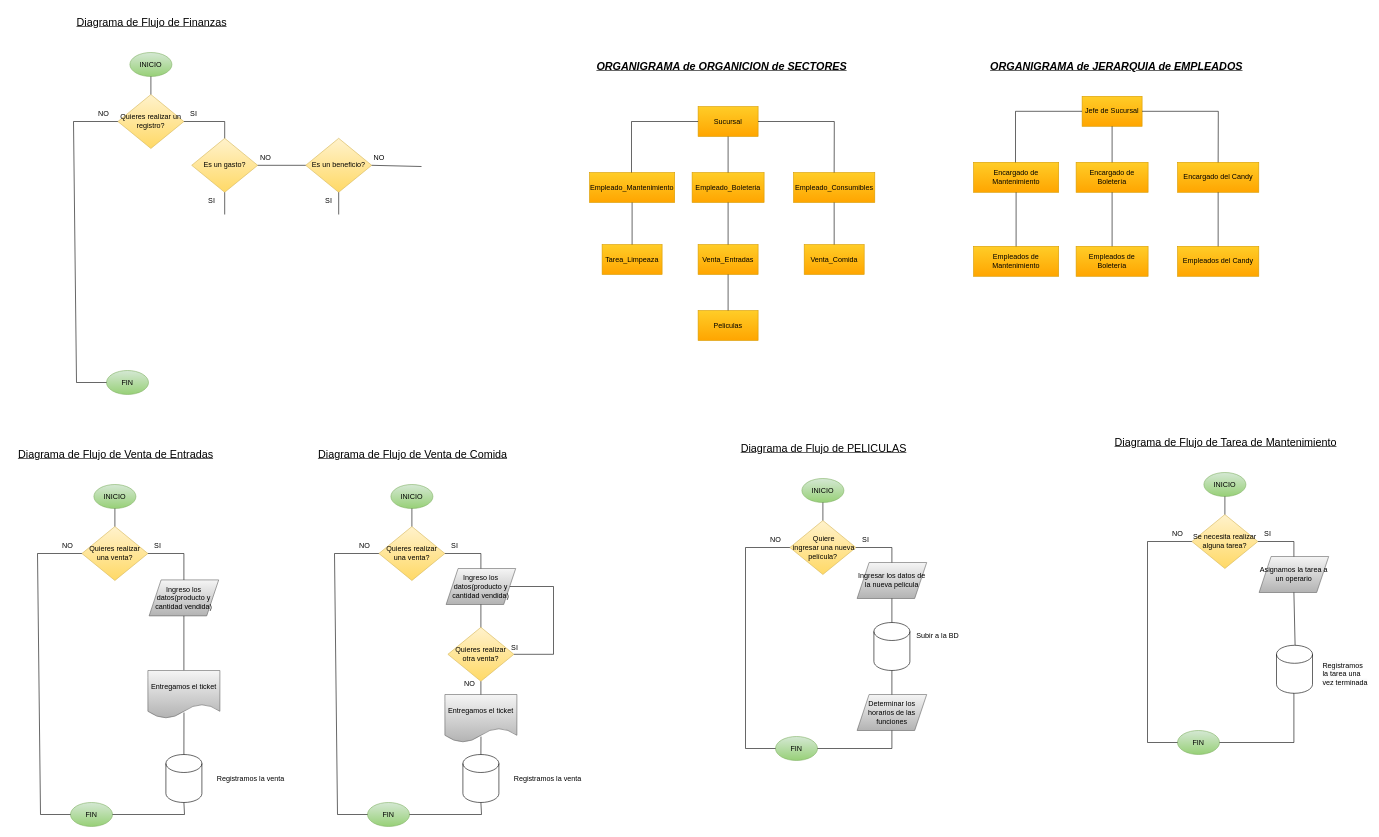
Above: ORGANIGRAMA.drawio in NahuelLV/Base-de-Datos (draw.io), before the change. Source tidied: cells renumbered, new cells numbered last; positions are measured from the earlier drawing's top-left corner, leaving out a move shared by most shapes. Both pictures are drawn from the tidied source at 60%, with x=0, y=0 at pixel (10, 10).
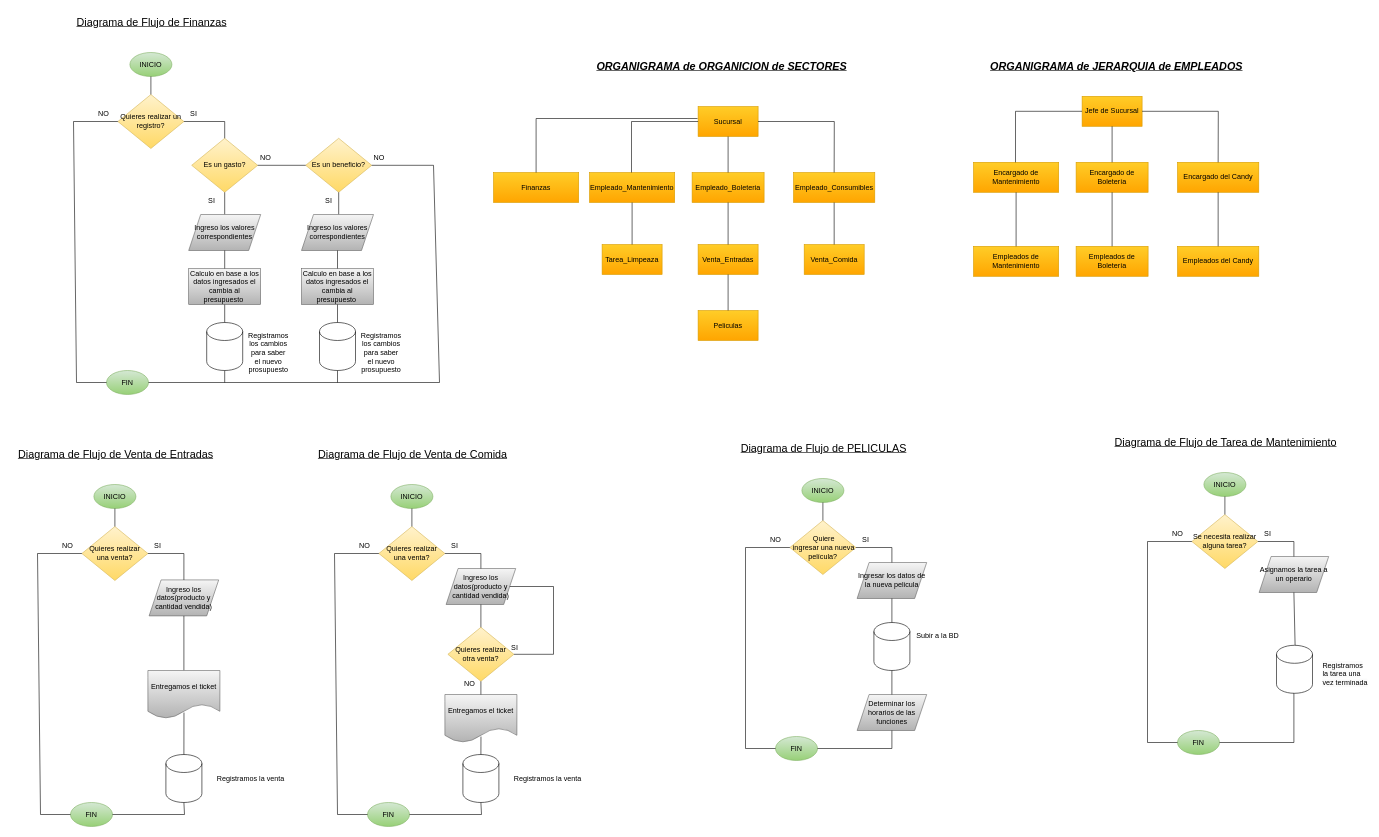
After the change.

The change refers to these unchanged cells:
```xml
<mxCell id="103" value="FIN" style="ellipse;whiteSpace=wrap;html=1;fillColor=#d5e8d4;gradientColor=#97d077;strokeColor=#82b366;" parent="1" vertex="1">
  <mxGeometry x="160" y="600" width="70" height="40" as="geometry" />
</mxCell>
<mxCell id="112" value="Es un beneficio?" style="rhombus;whiteSpace=wrap;html=1;fillColor=#fff2cc;gradientColor=#ffd966;strokeColor=#d6b656;" parent="1" vertex="1">
  <mxGeometry x="492" y="213" width="110" height="90" as="geometry" />
</mxCell>
```

Diff of the diagram source:
```diff
@@
-    <mxCell id="115" style="endArrow=none;html=1;rounded=0;entryX=1;entryY=0.5;entryDx=0;entryDy=0;" parent="1" edge="1" target="112">
+    <mxCell id="115" style="endArrow=none;html=1;rounded=0;entryX=1;entryY=0.5;entryDx=0;entryDy=0;exitX=1;exitY=0.5;exitDx=0;exitDy=0;" parent="1" edge="1" source="103" target="112">
       <mxGeometry relative="1" as="geometry">
-        <mxPoint x="685" y="260" as="sourcePoint" />
+        <Array as="points">
+          <mxPoint x="715" y="620" />
+          <mxPoint x="705" y="258" />
+        </Array>
       </mxGeometry>
     </mxCell>
@@
+    <mxCell id="118" value="Ingreso los valores correspondientes" style="shape=parallelogram;perimeter=parallelogramPerimeter;whiteSpace=wrap;html=1;fixedSize=1;fillColor=#f5f5f5;gradientColor=#b3b3b3;strokeColor=#666666;" parent="1" vertex="1">
+      <mxGeometry x="297" y="340" width="120" height="60" as="geometry" />
+    </mxCell>
+    <mxCell id="119" value="Calculo en base a los datos ingresados el cambia al presupuesto&amp;nbsp;" style="rounded=0;whiteSpace=wrap;html=1;fillColor=#f5f5f5;gradientColor=#b3b3b3;strokeColor=#666666;" parent="1" vertex="1">
+      <mxGeometry x="297" y="430" width="120" height="60" as="geometry" />
+    </mxCell>
+    <mxCell id="120" style="endArrow=none;html=1;rounded=0;entryX=0.5;entryY=1;entryDx=0;entryDy=0;exitX=0.5;exitY=0;exitDx=0;exitDy=0;" parent="1" edge="1" source="119" target="118">
+      <mxGeometry relative="1" as="geometry" />
+    </mxCell>
+    <mxCell id="121" style="shape=cylinder3;whiteSpace=wrap;html=1;boundedLbl=1;backgroundOutline=1;size=15;" parent="1" vertex="1">
+      <mxGeometry x="327" y="520" width="60" height="80" as="geometry" />
+    </mxCell>
+    <mxCell id="122" style="endArrow=none;html=1;rounded=0;entryX=0.5;entryY=1;entryDx=0;entryDy=0;exitX=0.5;exitY=0;exitDx=0;exitDy=0;exitPerimeter=0;" parent="1" edge="1" source="121" target="119">
+      <mxGeometry relative="1" as="geometry" />
+    </mxCell>
+    <mxCell id="123" value="Registramos los cambios para saber el nuevo prosupuesto" style="text;html=1;align=center;verticalAlign=middle;whiteSpace=wrap;rounded=0;" parent="1" vertex="1">
+      <mxGeometry x="405" y="540" width="50" height="60" as="geometry" />
+    </mxCell>
+    <mxCell id="124" value="Ingreso los valores correspondientes" style="shape=parallelogram;perimeter=parallelogramPerimeter;whiteSpace=wrap;html=1;fixedSize=1;fillColor=#f5f5f5;gradientColor=#b3b3b3;strokeColor=#666666;" parent="1" vertex="1">
+      <mxGeometry x="485" y="340" width="120" height="60" as="geometry" />
+    </mxCell>
+    <mxCell id="125" value="Calculo en base a los datos ingresados el cambia al presupuesto&amp;nbsp;" style="rounded=0;whiteSpace=wrap;html=1;fillColor=#f5f5f5;gradientColor=#b3b3b3;strokeColor=#666666;" parent="1" vertex="1">
+      <mxGeometry x="485" y="430" width="120" height="60" as="geometry" />
+    </mxCell>
+    <mxCell id="126" style="endArrow=none;html=1;rounded=0;entryX=0.5;entryY=1;entryDx=0;entryDy=0;exitX=0.5;exitY=0;exitDx=0;exitDy=0;" parent="1" edge="1" source="125" target="124">
+      <mxGeometry relative="1" as="geometry" />
+    </mxCell>
+    <mxCell id="127" style="shape=cylinder3;whiteSpace=wrap;html=1;boundedLbl=1;backgroundOutline=1;size=15;" parent="1" vertex="1">
+      <mxGeometry x="515" y="520" width="60" height="80" as="geometry" />
+    </mxCell>
+    <mxCell id="128" style="endArrow=none;html=1;rounded=0;entryX=0.5;entryY=1;entryDx=0;entryDy=0;exitX=0.5;exitY=0;exitDx=0;exitDy=0;exitPerimeter=0;" parent="1" edge="1" source="127" target="125">
+      <mxGeometry relative="1" as="geometry" />
+    </mxCell>
+    <mxCell id="129" value="Registramos los cambios para saber el nuevo prosupuesto" style="text;html=1;align=center;verticalAlign=middle;whiteSpace=wrap;rounded=0;" parent="1" vertex="1">
+      <mxGeometry x="593" y="540" width="50" height="60" as="geometry" />
+    </mxCell>
+    <mxCell id="130" style="endArrow=none;html=1;rounded=0;entryX=0.5;entryY=1;entryDx=0;entryDy=0;entryPerimeter=0;" parent="1" edge="1" target="121">
+      <mxGeometry relative="1" as="geometry">
+        <mxPoint x="357" y="620" as="sourcePoint" />
+      </mxGeometry>
+    </mxCell>
+    <mxCell id="131" style="endArrow=none;html=1;rounded=0;entryX=0.5;entryY=1;entryDx=0;entryDy=0;entryPerimeter=0;" parent="1" edge="1" target="127">
+      <mxGeometry relative="1" as="geometry">
+        <mxPoint x="545" y="620" as="sourcePoint" />
+      </mxGeometry>
+    </mxCell>
+    <mxCell id="132" value="Finanzas" style="rounded=0;whiteSpace=wrap;html=1;fillColor=#ffcd28;gradientColor=#ffa500;strokeColor=#d79b00;" parent="1" vertex="1">
+      <mxGeometry x="805" y="270" width="142" height="50" as="geometry" />
+    </mxCell>
+    <mxCell id="133" style="endArrow=none;html=1;rounded=0;exitX=0.5;exitY=0;exitDx=0;exitDy=0;" parent="1" edge="1" source="132">
+      <mxGeometry relative="1" as="geometry">
+        <mxPoint x="1145" y="180" as="targetPoint" />
+        <Array as="points">
+          <mxPoint x="876" y="180" />
+        </Array>
+      </mxGeometry>
+    </mxCell>
```
